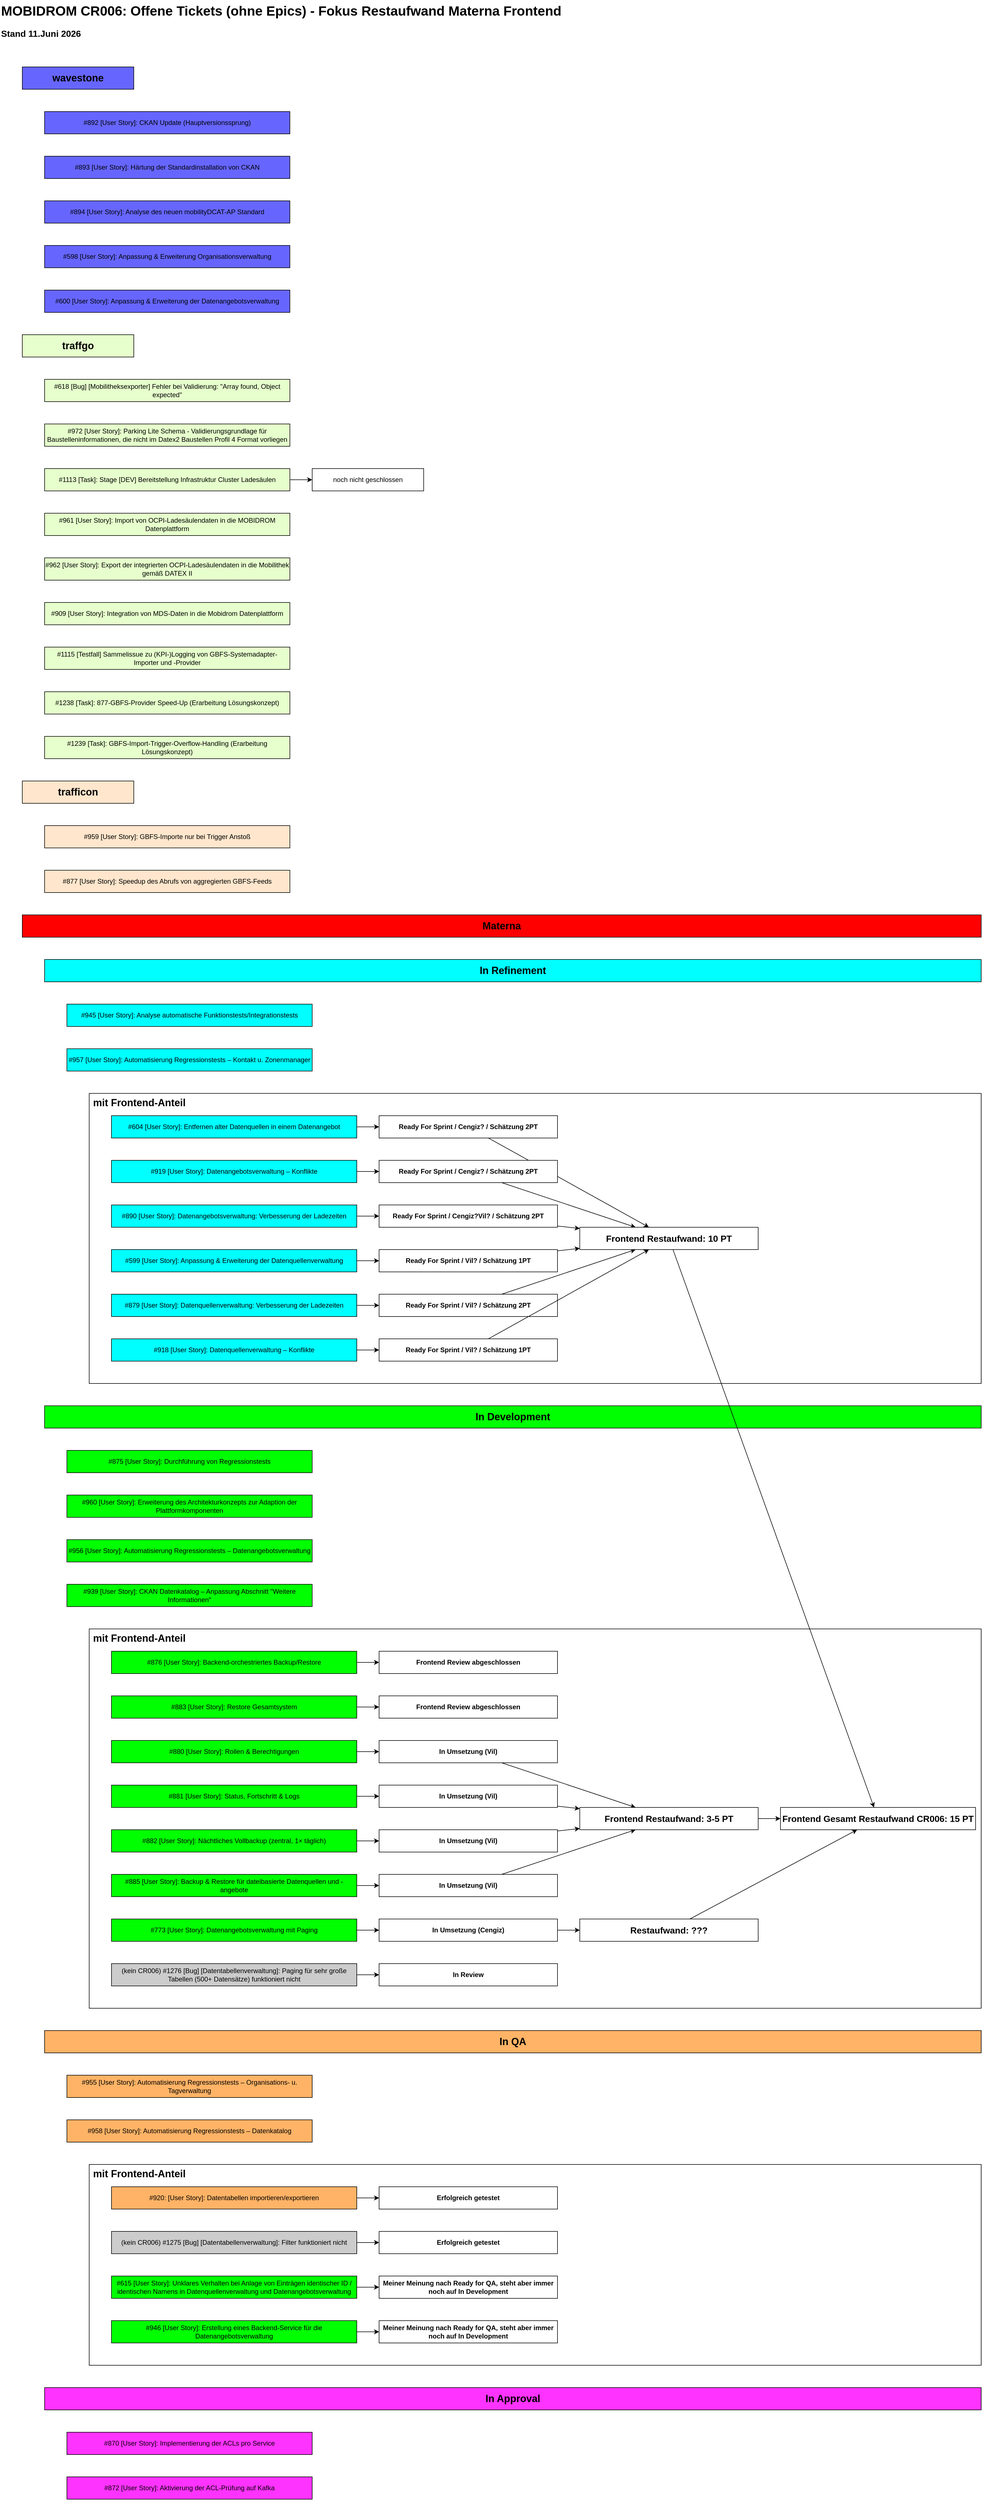
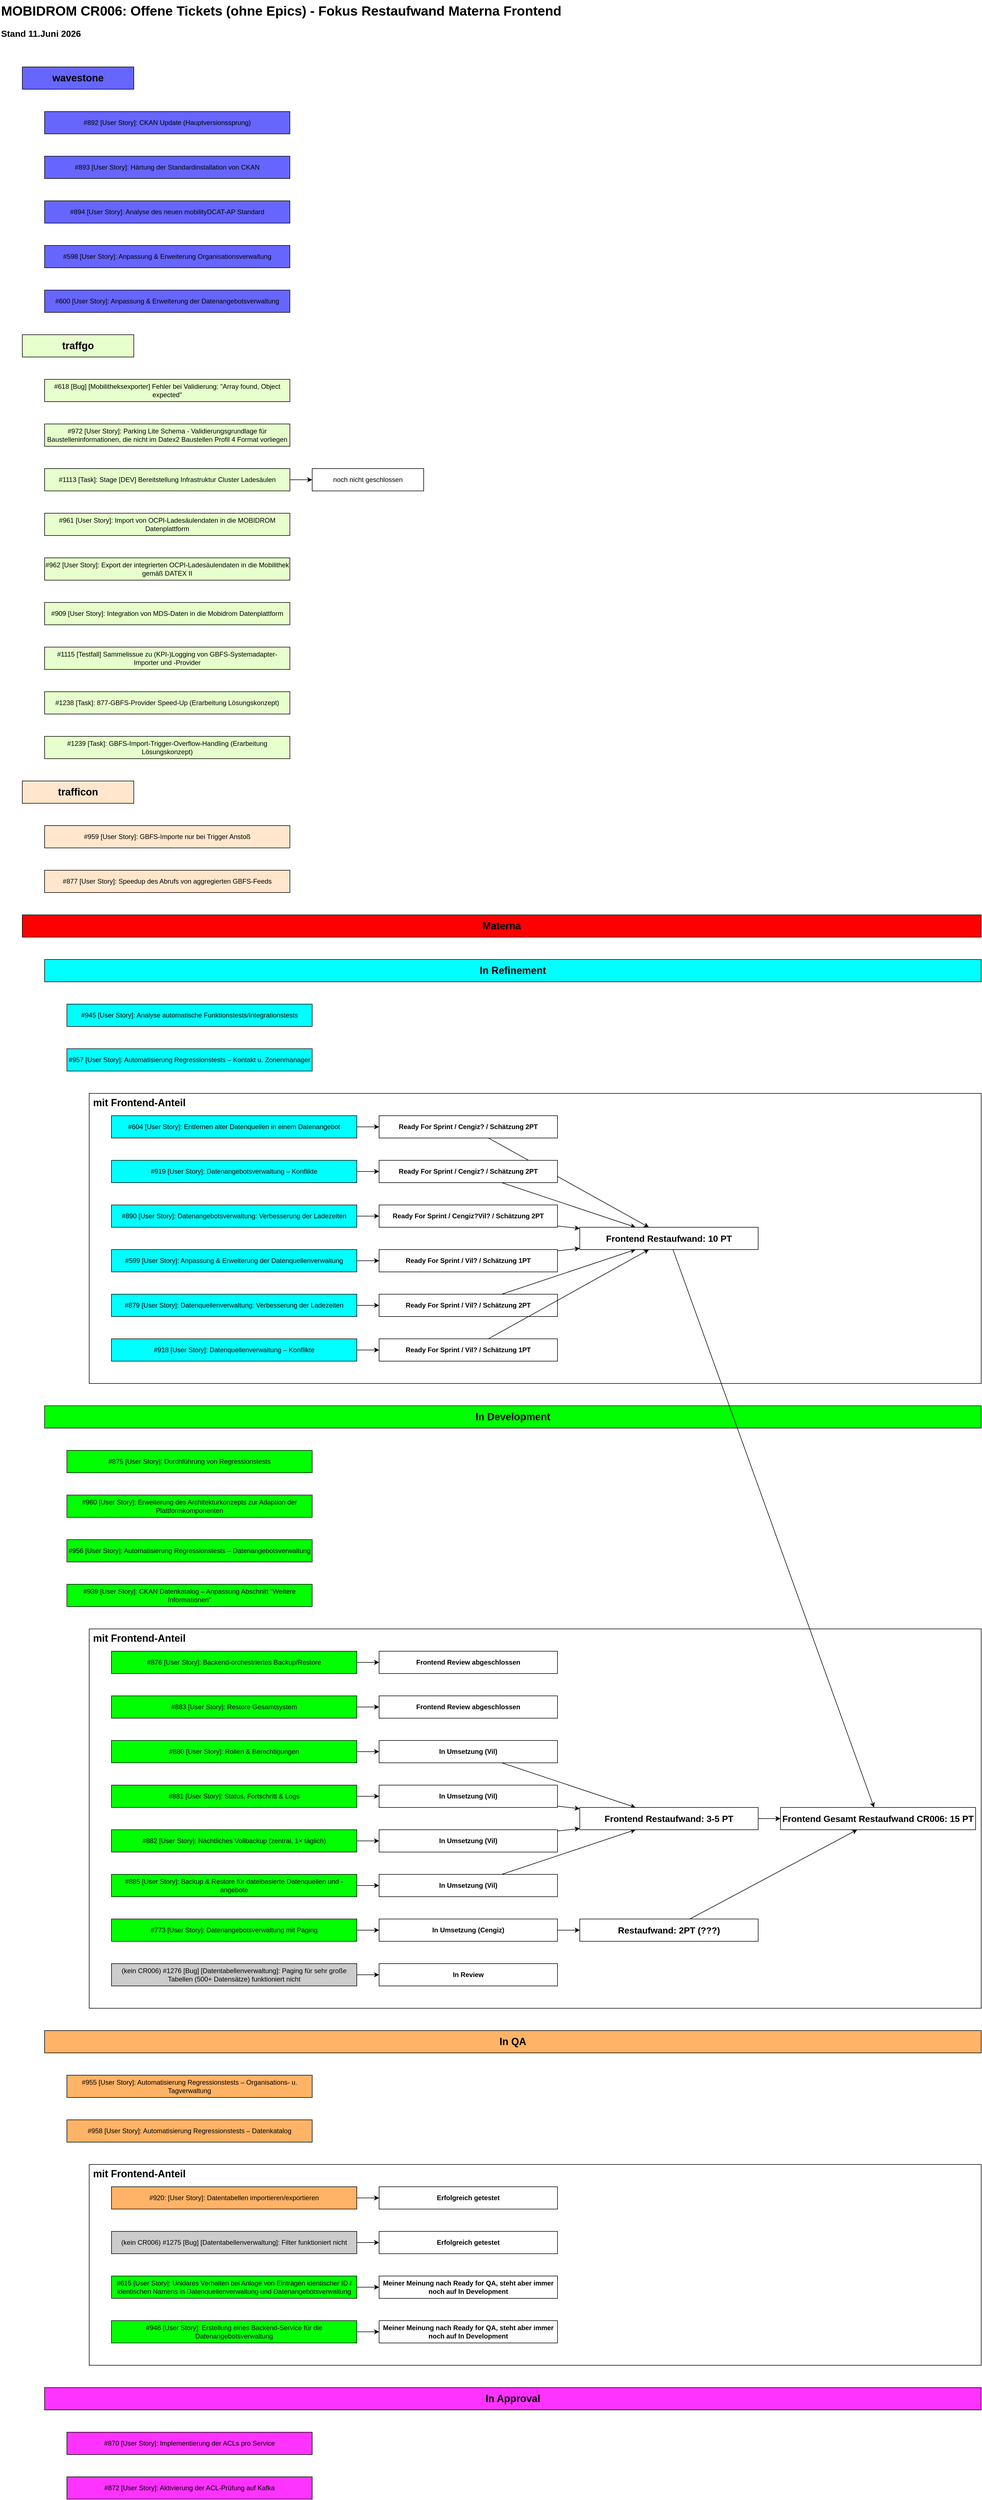
<mxfile host="app.diagrams.net">
  <diagram name="Page-1" id="0BLjgJdESMF3buwbVgl_">
    <mxGraphModel dx="506" dy="297" grid="1" gridSize="10" guides="1" tooltips="1" connect="1" arrows="1" fold="1" page="1" pageScale="1" pageWidth="850" pageHeight="1100" math="0" shadow="0">
      <root>
        <mxCell id="0" />
        <mxCell id="1" parent="0" />
        <mxCell id="KAzs0ncSA1o2T3-7AXRQ-69" parent="1" style="rounded=0;whiteSpace=wrap;html=1;fontColor=#000000;fillColor=#FFFFFF;fontStyle=1;fontSize=18;align=left;verticalAlign=top;" value="&amp;nbsp;mit Frontend-Anteil" vertex="1">
          <mxGeometry height="360" width="1600" x="200" y="3920" as="geometry" />
        </mxCell>
        <mxCell id="KAzs0ncSA1o2T3-7AXRQ-68" parent="1" style="rounded=0;whiteSpace=wrap;html=1;fontColor=#000000;fillColor=#FFFFFF;fontStyle=1;fontSize=18;align=left;verticalAlign=top;" value="&amp;nbsp;mit Frontend-Anteil" vertex="1">
          <mxGeometry height="680" width="1600" x="200" y="2960" as="geometry" />
        </mxCell>
        <mxCell id="KAzs0ncSA1o2T3-7AXRQ-67" parent="1" style="rounded=0;whiteSpace=wrap;html=1;fontColor=#000000;fillColor=#FFFFFF;fontStyle=1;verticalAlign=top;align=left;fontSize=18;" value="&amp;nbsp;mit Frontend-Anteil" vertex="1">
          <mxGeometry height="520" width="1600" x="200" y="2000" as="geometry" />
        </mxCell>
        <mxCell id="KAzs0ncSA1o2T3-7AXRQ-1" parent="1" style="rounded=0;whiteSpace=wrap;html=1;strokeColor=none;fontSize=24;fontStyle=1;align=left;" value="MOBIDROM CR006: Offene Tickets (ohne Epics) - Fokus Restaufwand Materna Frontend" vertex="1">
          <mxGeometry height="40" width="1030" x="40" y="40" as="geometry" />
        </mxCell>
        <mxCell id="KAzs0ncSA1o2T3-7AXRQ-2" parent="1" style="rounded=0;whiteSpace=wrap;html=1;strokeColor=none;fontSize=16;fontStyle=1;align=left;" value="&lt;div&gt;Stand 11.Juni 2026&lt;/div&gt;" vertex="1">
          <mxGeometry height="40" width="160" x="40" y="80" as="geometry" />
        </mxCell>
        <mxCell id="KAzs0ncSA1o2T3-7AXRQ-77" edge="1" parent="1" source="KAzs0ncSA1o2T3-7AXRQ-3" style="edgeStyle=none;rounded=0;orthogonalLoop=1;jettySize=auto;html=1;" target="KAzs0ncSA1o2T3-7AXRQ-76" value="">
          <mxGeometry relative="1" as="geometry" />
        </mxCell>
        <mxCell id="KAzs0ncSA1o2T3-7AXRQ-3" parent="1" style="rounded=0;whiteSpace=wrap;html=1;fillColor=#FFB366;" value="#920: [User Story]: Datentabellen importieren/exportieren" vertex="1">
          <mxGeometry height="40" width="440" x="240" y="3960" as="geometry" />
        </mxCell>
        <mxCell id="KAzs0ncSA1o2T3-7AXRQ-4" parent="1" style="rounded=0;whiteSpace=wrap;html=1;fontColor=#000000;fillColor=#FFB366;fontStyle=1;fontSize=18;" value="In QA" vertex="1">
          <mxGeometry height="40" width="1680" x="120" y="3680" as="geometry" />
        </mxCell>
        <mxCell id="KAzs0ncSA1o2T3-7AXRQ-5" parent="1" style="rounded=0;whiteSpace=wrap;html=1;fillColor=#6666FF;" value="#892&amp;nbsp;[User Story]: CKAN Update (Hauptversionssprung)" vertex="1">
          <mxGeometry height="40" width="440" x="120" y="240" as="geometry" />
        </mxCell>
        <mxCell id="KAzs0ncSA1o2T3-7AXRQ-6" parent="1" style="rounded=0;whiteSpace=wrap;html=1;fontColor=#000000;fillColor=#6666FF;fontStyle=1;fontSize=18;" value="wavestone" vertex="1">
          <mxGeometry height="40" width="200" x="80" y="160" as="geometry" />
        </mxCell>
        <mxCell id="KAzs0ncSA1o2T3-7AXRQ-7" parent="1" style="rounded=0;whiteSpace=wrap;html=1;fillColor=#FF33FF;" value="#870&amp;nbsp;[User Story]: Implementierung der ACLs pro Service" vertex="1">
          <mxGeometry height="40" width="440" x="160" y="4400" as="geometry" />
        </mxCell>
        <mxCell id="KAzs0ncSA1o2T3-7AXRQ-8" parent="1" style="rounded=0;whiteSpace=wrap;html=1;fillColor=#FF33FF;" value="#872&amp;nbsp;[User Story]: Aktivierung der ACL-Prüfung auf Kafka" vertex="1">
          <mxGeometry height="40" width="440" x="160" y="4480" as="geometry" />
        </mxCell>
        <mxCell id="KAzs0ncSA1o2T3-7AXRQ-9" parent="1" style="rounded=0;whiteSpace=wrap;html=1;fontColor=#000000;fillColor=#FF33FF;fontStyle=1;fontSize=18;" value="In Approval" vertex="1">
          <mxGeometry height="40" width="1680" x="120" y="4320" as="geometry" />
        </mxCell>
        <mxCell id="KAzs0ncSA1o2T3-7AXRQ-10" parent="1" style="rounded=0;whiteSpace=wrap;html=1;fillColor=#6666FF;" value="#893&amp;nbsp;[User Story]: Härtung der Standardinstallation von CKAN" vertex="1">
          <mxGeometry height="40" width="440" x="120" y="320" as="geometry" />
        </mxCell>
        <mxCell id="KAzs0ncSA1o2T3-7AXRQ-11" parent="1" style="rounded=0;whiteSpace=wrap;html=1;fillColor=#6666FF;" value="#894&amp;nbsp;[User Story]: Analyse des neuen mobilityDCAT-AP Standard" vertex="1">
          <mxGeometry height="40" width="440" x="120" y="400" as="geometry" />
        </mxCell>
        <mxCell id="KAzs0ncSA1o2T3-7AXRQ-12" parent="1" style="rounded=0;whiteSpace=wrap;html=1;fillColor=#E6FFCC;" value="#618&amp;nbsp;[Bug] [Mobilitheksexporter] Fehler bei Validierung: &quot;Array found, Object expected&quot;" vertex="1">
          <mxGeometry height="40" width="440" x="120" y="720" as="geometry" />
        </mxCell>
        <mxCell id="KAzs0ncSA1o2T3-7AXRQ-13" parent="1" style="rounded=0;whiteSpace=wrap;html=1;fontColor=#000000;fillColor=#E6FFCC;fontStyle=1;fontSize=18;" value="&lt;div&gt;traffgo&lt;/div&gt;" vertex="1">
          <mxGeometry height="40" width="200" x="80" y="640" as="geometry" />
        </mxCell>
        <mxCell id="KAzs0ncSA1o2T3-7AXRQ-14" parent="1" style="rounded=0;whiteSpace=wrap;html=1;fontColor=#000000;fillColor=#FFE6CC;fontStyle=1;fontSize=18;" value="&lt;div&gt;trafficon&lt;/div&gt;" vertex="1">
          <mxGeometry height="40" width="200" x="80" y="1440" as="geometry" />
        </mxCell>
        <mxCell id="KAzs0ncSA1o2T3-7AXRQ-15" parent="1" style="rounded=0;whiteSpace=wrap;html=1;fillColor=#FFE6CC;" value="#959&amp;nbsp;[User Story]: GBFS-Importe nur bei Trigger Anstoß" vertex="1">
          <mxGeometry height="40" width="440" x="120" y="1520" as="geometry" />
        </mxCell>
        <mxCell id="KAzs0ncSA1o2T3-7AXRQ-75" edge="1" parent="1" source="KAzs0ncSA1o2T3-7AXRQ-16" style="edgeStyle=none;rounded=0;orthogonalLoop=1;jettySize=auto;html=1;" target="KAzs0ncSA1o2T3-7AXRQ-74" value="">
          <mxGeometry relative="1" as="geometry" />
        </mxCell>
        <mxCell id="KAzs0ncSA1o2T3-7AXRQ-16" parent="1" style="rounded=0;whiteSpace=wrap;html=1;fillColor=#00FF00;" value="#615&amp;nbsp;[User Story]: Unklares Verhalten bei Anlage von Einträgen identischer ID / identischen Namens in Datenquellenverwaltung und Datenangebotsverwaltung" vertex="1">
          <mxGeometry height="40" width="440" x="240" y="4120" as="geometry" />
        </mxCell>
        <mxCell id="KAzs0ncSA1o2T3-7AXRQ-17" parent="1" style="rounded=0;whiteSpace=wrap;html=1;fontColor=#000000;fillColor=#00FF00;fontStyle=1;fontSize=18;" value="In Development" vertex="1">
          <mxGeometry height="40" width="1680" x="120" y="2560" as="geometry" />
        </mxCell>
        <mxCell id="KAzs0ncSA1o2T3-7AXRQ-83" edge="1" parent="1" source="KAzs0ncSA1o2T3-7AXRQ-18" style="edgeStyle=none;rounded=0;orthogonalLoop=1;jettySize=auto;html=1;" target="KAzs0ncSA1o2T3-7AXRQ-82" value="">
          <mxGeometry relative="1" as="geometry" />
        </mxCell>
        <mxCell id="KAzs0ncSA1o2T3-7AXRQ-18" parent="1" style="rounded=0;whiteSpace=wrap;html=1;fillColor=#00FF00;" value="#773&amp;nbsp;[User Story]: Datenangebotsverwaltung mit Paging" vertex="1">
          <mxGeometry height="40" width="440" x="240" y="3480" as="geometry" />
        </mxCell>
        <mxCell id="KAzs0ncSA1o2T3-7AXRQ-19" parent="1" style="rounded=0;whiteSpace=wrap;html=1;fillColor=#00FF00;" value="#875&amp;nbsp;[User Story]: Durchführung von Regressionstests" vertex="1">
          <mxGeometry height="40" width="440" x="160" y="2640" as="geometry" />
        </mxCell>
        <mxCell id="KAzs0ncSA1o2T3-7AXRQ-81" edge="1" parent="1" source="KAzs0ncSA1o2T3-7AXRQ-20" style="edgeStyle=none;rounded=0;orthogonalLoop=1;jettySize=auto;html=1;" target="KAzs0ncSA1o2T3-7AXRQ-80" value="">
          <mxGeometry relative="1" as="geometry" />
        </mxCell>
        <mxCell id="KAzs0ncSA1o2T3-7AXRQ-20" parent="1" style="rounded=0;whiteSpace=wrap;html=1;fillColor=#00FF00;" value="#876&amp;nbsp;[User Story]: Backend-orchestriertes Backup/Restore" vertex="1">
          <mxGeometry height="40" width="440" x="240" y="3000" as="geometry" />
        </mxCell>
        <mxCell id="KAzs0ncSA1o2T3-7AXRQ-21" parent="1" style="rounded=0;whiteSpace=wrap;html=1;fillColor=#FFE6CC;" value="#877&amp;nbsp;[User Story]: Speedup des Abrufs von aggregierten GBFS-Feeds" vertex="1">
          <mxGeometry height="40" width="440" x="120" y="1600" as="geometry" />
        </mxCell>
        <mxCell id="KAzs0ncSA1o2T3-7AXRQ-87" edge="1" parent="1" source="KAzs0ncSA1o2T3-7AXRQ-22" style="edgeStyle=none;rounded=0;orthogonalLoop=1;jettySize=auto;html=1;" target="KAzs0ncSA1o2T3-7AXRQ-86" value="">
          <mxGeometry relative="1" as="geometry" />
        </mxCell>
        <mxCell id="KAzs0ncSA1o2T3-7AXRQ-22" parent="1" style="rounded=0;whiteSpace=wrap;html=1;fillColor=#00FF00;" value="#880&amp;nbsp;[User Story]: Rollen &amp;amp; Berechtigungen" vertex="1">
          <mxGeometry height="40" width="440" x="240" y="3160" as="geometry" />
        </mxCell>
        <mxCell id="KAzs0ncSA1o2T3-7AXRQ-89" edge="1" parent="1" source="KAzs0ncSA1o2T3-7AXRQ-23" style="edgeStyle=none;rounded=0;orthogonalLoop=1;jettySize=auto;html=1;" target="KAzs0ncSA1o2T3-7AXRQ-88" value="">
          <mxGeometry relative="1" as="geometry" />
        </mxCell>
        <mxCell id="KAzs0ncSA1o2T3-7AXRQ-23" parent="1" style="rounded=0;whiteSpace=wrap;html=1;fillColor=#00FF00;" value="#881&amp;nbsp;[User Story]: Status, Fortschritt &amp;amp; Logs" vertex="1">
          <mxGeometry height="40" width="440" x="240" y="3240" as="geometry" />
        </mxCell>
        <mxCell id="KAzs0ncSA1o2T3-7AXRQ-93" edge="1" parent="1" source="KAzs0ncSA1o2T3-7AXRQ-24" style="edgeStyle=none;rounded=0;orthogonalLoop=1;jettySize=auto;html=1;" target="KAzs0ncSA1o2T3-7AXRQ-92" value="">
          <mxGeometry relative="1" as="geometry" />
        </mxCell>
        <mxCell id="KAzs0ncSA1o2T3-7AXRQ-24" parent="1" style="rounded=0;whiteSpace=wrap;html=1;fillColor=#00FF00;" value="#885&amp;nbsp;[User Story]: Backup &amp;amp; Restore für dateibasierte Datenquellen und -angebote" vertex="1">
          <mxGeometry height="40" width="440" x="240" y="3400" as="geometry" />
        </mxCell>
        <mxCell id="KAzs0ncSA1o2T3-7AXRQ-112" edge="1" parent="1" source="KAzs0ncSA1o2T3-7AXRQ-25" style="edgeStyle=none;rounded=0;orthogonalLoop=1;jettySize=auto;html=1;" target="KAzs0ncSA1o2T3-7AXRQ-111" value="">
          <mxGeometry relative="1" as="geometry" />
        </mxCell>
        <mxCell id="KAzs0ncSA1o2T3-7AXRQ-25" parent="1" style="rounded=0;whiteSpace=wrap;html=1;fillColor=#00FFFF;" value="#918&amp;nbsp;[User Story]: Datenquellenverwaltung – Konflikte" vertex="1">
          <mxGeometry height="40" width="440" x="240" y="2440" as="geometry" />
        </mxCell>
        <mxCell id="KAzs0ncSA1o2T3-7AXRQ-104" edge="1" parent="1" source="KAzs0ncSA1o2T3-7AXRQ-26" style="edgeStyle=none;rounded=0;orthogonalLoop=1;jettySize=auto;html=1;" target="KAzs0ncSA1o2T3-7AXRQ-103" value="">
          <mxGeometry relative="1" as="geometry" />
        </mxCell>
        <mxCell id="KAzs0ncSA1o2T3-7AXRQ-26" parent="1" style="rounded=0;whiteSpace=wrap;html=1;fillColor=#00FFFF;" value="#919&amp;nbsp;[User Story]: Datenangebotsverwaltung – Konflikte" vertex="1">
          <mxGeometry height="40" width="440" x="240" y="2120" as="geometry" />
        </mxCell>
        <mxCell id="KAzs0ncSA1o2T3-7AXRQ-27" parent="1" style="rounded=0;whiteSpace=wrap;html=1;fillColor=#FFB366;" value="#955&amp;nbsp;[User Story]: Automatisierung Regressionstests – Organisations- u. Tagverwaltung" vertex="1">
          <mxGeometry height="40" width="440" x="160" y="3760" as="geometry" />
        </mxCell>
        <mxCell id="KAzs0ncSA1o2T3-7AXRQ-28" parent="1" style="rounded=0;whiteSpace=wrap;html=1;fontColor=#000000;fillColor=#00FFFF;fontStyle=1;fontSize=18;" value="In Refinement" vertex="1">
          <mxGeometry height="40" width="1680" x="120" y="1760" as="geometry" />
        </mxCell>
        <mxCell id="KAzs0ncSA1o2T3-7AXRQ-29" parent="1" style="rounded=0;whiteSpace=wrap;html=1;fillColor=#00FF00;" value="#960&amp;nbsp;[User Story]: Erweiterung des Architekturkonzepts zur Adaption der Plattformkomponenten" vertex="1">
          <mxGeometry height="40" width="440" x="160" y="2720" as="geometry" />
        </mxCell>
        <mxCell id="KAzs0ncSA1o2T3-7AXRQ-30" parent="1" style="rounded=0;whiteSpace=wrap;html=1;fillColor=#6666FF;" value="#598&amp;nbsp;[User Story]: Anpassung &amp;amp; Erweiterung Organisationsverwaltung" vertex="1">
          <mxGeometry height="40" width="440" x="120" y="480" as="geometry" />
        </mxCell>
        <mxCell id="KAzs0ncSA1o2T3-7AXRQ-108" edge="1" parent="1" source="KAzs0ncSA1o2T3-7AXRQ-31" style="edgeStyle=none;rounded=0;orthogonalLoop=1;jettySize=auto;html=1;" target="KAzs0ncSA1o2T3-7AXRQ-107" value="">
          <mxGeometry relative="1" as="geometry" />
        </mxCell>
        <mxCell id="KAzs0ncSA1o2T3-7AXRQ-31" parent="1" style="rounded=0;whiteSpace=wrap;html=1;fillColor=#00FFFF;" value="#599&amp;nbsp;[User Story]: Anpassung &amp;amp; Erweiterung der Datenquellenverwaltung" vertex="1">
          <mxGeometry height="40" width="440" x="240" y="2280" as="geometry" />
        </mxCell>
        <mxCell id="KAzs0ncSA1o2T3-7AXRQ-32" parent="1" style="rounded=0;whiteSpace=wrap;html=1;fillColor=#6666FF;" value="#600&amp;nbsp;[User Story]: Anpassung &amp;amp; Erweiterung der Datenangebotsverwaltung" vertex="1">
          <mxGeometry height="40" width="440" x="120" y="560" as="geometry" />
        </mxCell>
        <mxCell id="KAzs0ncSA1o2T3-7AXRQ-106" edge="1" parent="1" source="KAzs0ncSA1o2T3-7AXRQ-33" style="edgeStyle=none;rounded=0;orthogonalLoop=1;jettySize=auto;html=1;" target="KAzs0ncSA1o2T3-7AXRQ-105" value="">
          <mxGeometry relative="1" as="geometry" />
        </mxCell>
        <mxCell id="KAzs0ncSA1o2T3-7AXRQ-33" parent="1" style="rounded=0;whiteSpace=wrap;html=1;fillColor=#00FFFF;" value="#890&amp;nbsp;[User Story]: Datenangebotsverwaltung: Verbesserung der Ladezeiten" vertex="1">
          <mxGeometry height="40" width="440" x="240" y="2200" as="geometry" />
        </mxCell>
        <mxCell id="KAzs0ncSA1o2T3-7AXRQ-34" parent="1" style="rounded=0;whiteSpace=wrap;html=1;fillColor=#E6FFCC;" value="#972&amp;nbsp;[User Story]: Parking Lite Schema - Validierungsgrundlage für Baustelleninformationen, die nicht im Datex2 Baustellen Profil 4 Format vorliegen" vertex="1">
          <mxGeometry height="40" width="440" x="120" y="800" as="geometry" />
        </mxCell>
        <mxCell id="KAzs0ncSA1o2T3-7AXRQ-55" edge="1" parent="1" source="KAzs0ncSA1o2T3-7AXRQ-35" style="edgeStyle=orthogonalEdgeStyle;rounded=0;orthogonalLoop=1;jettySize=auto;html=1;" target="KAzs0ncSA1o2T3-7AXRQ-54" value="">
          <mxGeometry relative="1" as="geometry" />
        </mxCell>
        <mxCell id="KAzs0ncSA1o2T3-7AXRQ-35" parent="1" style="rounded=0;whiteSpace=wrap;html=1;fillColor=#E6FFCC;" value="#1113&amp;nbsp;[Task]: Stage [DEV] Bereitstellung Infrastruktur Cluster Ladesäulen" vertex="1">
          <mxGeometry height="40" width="440" x="120" y="880" as="geometry" />
        </mxCell>
        <mxCell id="KAzs0ncSA1o2T3-7AXRQ-36" parent="1" style="rounded=0;whiteSpace=wrap;html=1;fillColor=#00FF00;" value="#956&amp;nbsp;[User Story]: Automatisierung Regressionstests – Datenangebotsverwaltung" vertex="1">
          <mxGeometry height="40" width="440" x="160" y="2800" as="geometry" />
        </mxCell>
        <mxCell id="KAzs0ncSA1o2T3-7AXRQ-37" parent="1" style="rounded=0;whiteSpace=wrap;html=1;fillColor=#FFB366;" value="#958&amp;nbsp;[User Story]: Automatisierung Regressionstests – Datenkatalog" vertex="1">
          <mxGeometry height="40" width="440" x="160" y="3840" as="geometry" />
        </mxCell>
        <mxCell id="KAzs0ncSA1o2T3-7AXRQ-38" parent="1" style="rounded=0;whiteSpace=wrap;html=1;fillColor=#E6FFCC;" value="#961&amp;nbsp;[User Story]: Import von OCPI-Ladesäulendaten in die MOBIDROM Datenplattform" vertex="1">
          <mxGeometry height="40" width="440" x="120" y="960" as="geometry" />
        </mxCell>
        <mxCell id="KAzs0ncSA1o2T3-7AXRQ-39" parent="1" style="rounded=0;whiteSpace=wrap;html=1;fillColor=#E6FFCC;" value="#962&amp;nbsp;[User Story]: Export der integrierten OCPI-Ladesäulendaten in die Mobilithek gemäß DATEX II" vertex="1">
          <mxGeometry height="40" width="440" x="120" y="1040" as="geometry" />
        </mxCell>
        <mxCell id="KAzs0ncSA1o2T3-7AXRQ-58" edge="1" parent="1" source="KAzs0ncSA1o2T3-7AXRQ-40" style="edgeStyle=none;rounded=0;orthogonalLoop=1;jettySize=auto;html=1;" target="KAzs0ncSA1o2T3-7AXRQ-41" value="">
          <mxGeometry relative="1" as="geometry" />
        </mxCell>
        <mxCell id="KAzs0ncSA1o2T3-7AXRQ-40" parent="1" style="rounded=0;whiteSpace=wrap;html=1;fillColor=#00FF00;" value="#946&amp;nbsp;[User Story]: Erstellung eines Backend-Service für die Datenangebotsverwaltung" vertex="1">
          <mxGeometry height="40" width="440" x="240" y="4200" as="geometry" />
        </mxCell>
        <mxCell id="KAzs0ncSA1o2T3-7AXRQ-41" parent="1" style="rounded=0;whiteSpace=wrap;html=1;fontStyle=1" value="Meiner Meinung nach Ready for QA, steht aber immer noch auf In Development" vertex="1">
          <mxGeometry height="40" width="320" x="720" y="4200" as="geometry" />
        </mxCell>
        <mxCell id="KAzs0ncSA1o2T3-7AXRQ-43" parent="1" style="rounded=0;whiteSpace=wrap;html=1;fillColor=#00FFFF;" value="#945&amp;nbsp;[User Story]: Analyse automatische Funktionstests/Integrationstests" vertex="1">
          <mxGeometry height="40" width="440" x="160" y="1840" as="geometry" />
        </mxCell>
        <mxCell id="KAzs0ncSA1o2T3-7AXRQ-44" parent="1" style="rounded=0;whiteSpace=wrap;html=1;fillColor=#E6FFCC;" value="#909&amp;nbsp;[User Story]: Integration von MDS-Daten in die Mobidrom Datenplattform" vertex="1">
          <mxGeometry height="40" width="440" x="120" y="1120" as="geometry" />
        </mxCell>
        <mxCell id="KAzs0ncSA1o2T3-7AXRQ-45" parent="1" style="rounded=0;whiteSpace=wrap;html=1;fillColor=#00FF00;" value="#939&amp;nbsp;[User Story]: CKAN Datenkatalog – Anpassung Abschnitt &quot;Weitere Informationen&quot;" vertex="1">
          <mxGeometry height="40" width="440" x="160" y="2880" as="geometry" />
        </mxCell>
        <mxCell id="KAzs0ncSA1o2T3-7AXRQ-102" edge="1" parent="1" source="KAzs0ncSA1o2T3-7AXRQ-46" style="edgeStyle=none;rounded=0;orthogonalLoop=1;jettySize=auto;html=1;" target="KAzs0ncSA1o2T3-7AXRQ-101" value="">
          <mxGeometry relative="1" as="geometry" />
        </mxCell>
        <mxCell id="KAzs0ncSA1o2T3-7AXRQ-46" parent="1" style="rounded=0;whiteSpace=wrap;html=1;fillColor=#00FFFF;" value="#604&amp;nbsp;[User Story]: Entfernen alter Datenquellen in einem Datenangebot" vertex="1">
          <mxGeometry height="40" width="440" x="240" y="2040" as="geometry" />
        </mxCell>
        <mxCell id="KAzs0ncSA1o2T3-7AXRQ-110" edge="1" parent="1" source="KAzs0ncSA1o2T3-7AXRQ-47" style="edgeStyle=none;rounded=0;orthogonalLoop=1;jettySize=auto;html=1;" target="KAzs0ncSA1o2T3-7AXRQ-109" value="">
          <mxGeometry relative="1" as="geometry" />
        </mxCell>
        <mxCell id="KAzs0ncSA1o2T3-7AXRQ-47" parent="1" style="rounded=0;whiteSpace=wrap;html=1;fillColor=#00FFFF;" value="#879&amp;nbsp;[User Story]: Datenquellenverwaltung: Verbesserung der Ladezeiten" vertex="1">
          <mxGeometry height="40" width="440" x="240" y="2360" as="geometry" />
        </mxCell>
        <mxCell id="KAzs0ncSA1o2T3-7AXRQ-91" edge="1" parent="1" source="KAzs0ncSA1o2T3-7AXRQ-48" style="edgeStyle=none;rounded=0;orthogonalLoop=1;jettySize=auto;html=1;" target="KAzs0ncSA1o2T3-7AXRQ-90" value="">
          <mxGeometry relative="1" as="geometry" />
        </mxCell>
        <mxCell id="KAzs0ncSA1o2T3-7AXRQ-48" parent="1" style="rounded=0;whiteSpace=wrap;html=1;fillColor=#00FF00;" value="#882&amp;nbsp;[User Story]: Nächtliches Vollbackup (zentral, 1× täglich)" vertex="1">
          <mxGeometry height="40" width="440" x="240" y="3320" as="geometry" />
        </mxCell>
        <mxCell id="KAzs0ncSA1o2T3-7AXRQ-85" edge="1" parent="1" source="KAzs0ncSA1o2T3-7AXRQ-49" style="edgeStyle=none;rounded=0;orthogonalLoop=1;jettySize=auto;html=1;" target="KAzs0ncSA1o2T3-7AXRQ-84" value="">
          <mxGeometry relative="1" as="geometry" />
        </mxCell>
        <mxCell id="KAzs0ncSA1o2T3-7AXRQ-49" parent="1" style="rounded=0;whiteSpace=wrap;html=1;fillColor=#00FF00;" value="#883&amp;nbsp;[User Story]: Restore Gesamtsystem" vertex="1">
          <mxGeometry height="40" width="440" x="240" y="3080" as="geometry" />
        </mxCell>
        <mxCell id="KAzs0ncSA1o2T3-7AXRQ-50" parent="1" style="rounded=0;whiteSpace=wrap;html=1;fillColor=#00FFFF;" value="#957&amp;nbsp;[User Story]: Automatisierung Regressionstests – Kontakt u. Zonenmanager" vertex="1">
          <mxGeometry height="40" width="440" x="160" y="1920" as="geometry" />
        </mxCell>
        <mxCell id="KAzs0ncSA1o2T3-7AXRQ-51" parent="1" style="rounded=0;whiteSpace=wrap;html=1;fillColor=#E6FFCC;" value="#1115&amp;nbsp;[Testfall] Sammelissue zu (KPI-)Logging von GBFS-Systemadapter-Importer und -Provider" vertex="1">
          <mxGeometry height="40" width="440" x="120" y="1200" as="geometry" />
        </mxCell>
        <mxCell id="KAzs0ncSA1o2T3-7AXRQ-52" parent="1" style="rounded=0;whiteSpace=wrap;html=1;fillColor=#E6FFCC;" value="#1238&amp;nbsp;[Task]: 877-GBFS-Provider Speed-Up (Erarbeitung Lösungskonzept)" vertex="1">
          <mxGeometry height="40" width="440" x="120" y="1280" as="geometry" />
        </mxCell>
        <mxCell id="KAzs0ncSA1o2T3-7AXRQ-53" parent="1" style="rounded=0;whiteSpace=wrap;html=1;fillColor=#E6FFCC;" value="#1239&amp;nbsp;[Task]: GBFS-Import-Trigger-Overflow-Handling (Erarbeitung Lösungskonzept)" vertex="1">
          <mxGeometry height="40" width="440" x="120" y="1360" as="geometry" />
        </mxCell>
        <mxCell id="KAzs0ncSA1o2T3-7AXRQ-54" parent="1" style="rounded=0;whiteSpace=wrap;html=1;" value="noch nicht geschlossen" vertex="1">
          <mxGeometry height="40" width="200" x="600" y="880" as="geometry" />
        </mxCell>
        <mxCell id="KAzs0ncSA1o2T3-7AXRQ-56" parent="1" style="rounded=0;whiteSpace=wrap;html=1;fontColor=#000000;fillColor=#FF0000;fontStyle=1;fontSize=18;" value="Materna" vertex="1">
          <mxGeometry height="40" width="1720" x="80" y="1680" as="geometry" />
        </mxCell>
        <mxCell id="KAzs0ncSA1o2T3-7AXRQ-62" edge="1" parent="1" source="KAzs0ncSA1o2T3-7AXRQ-16" style="edgeStyle=none;rounded=0;orthogonalLoop=1;jettySize=auto;html=1;exitX=0.75;exitY=0;exitDx=0;exitDy=0;" target="KAzs0ncSA1o2T3-7AXRQ-16">
          <mxGeometry relative="1" as="geometry" />
        </mxCell>
        <mxCell id="KAzs0ncSA1o2T3-7AXRQ-66" edge="1" parent="1" source="KAzs0ncSA1o2T3-7AXRQ-41" style="edgeStyle=none;rounded=0;orthogonalLoop=1;jettySize=auto;html=1;exitX=0.5;exitY=1;exitDx=0;exitDy=0;" target="KAzs0ncSA1o2T3-7AXRQ-41">
          <mxGeometry relative="1" as="geometry" />
        </mxCell>
        <mxCell id="KAzs0ncSA1o2T3-7AXRQ-79" edge="1" parent="1" source="KAzs0ncSA1o2T3-7AXRQ-70" style="edgeStyle=none;rounded=0;orthogonalLoop=1;jettySize=auto;html=1;" target="KAzs0ncSA1o2T3-7AXRQ-78" value="">
          <mxGeometry relative="1" as="geometry" />
        </mxCell>
        <mxCell id="KAzs0ncSA1o2T3-7AXRQ-70" parent="1" style="rounded=0;whiteSpace=wrap;html=1;fillColor=#CCCCCC;" value="(kein CR006) #1276&amp;nbsp;[Bug] [Datentabellenverwaltung]: Paging für sehr große Tabellen (500+ Datensätze) funktioniert nicht" vertex="1">
          <mxGeometry height="40" width="440" x="240" y="3560" as="geometry" />
        </mxCell>
        <mxCell id="KAzs0ncSA1o2T3-7AXRQ-73" edge="1" parent="1" source="KAzs0ncSA1o2T3-7AXRQ-71" style="edgeStyle=none;rounded=0;orthogonalLoop=1;jettySize=auto;html=1;" target="KAzs0ncSA1o2T3-7AXRQ-72" value="">
          <mxGeometry relative="1" as="geometry" />
        </mxCell>
        <mxCell id="KAzs0ncSA1o2T3-7AXRQ-71" parent="1" style="rounded=0;whiteSpace=wrap;html=1;fillColor=#CCCCCC;" value="(kein CR006) #1275&amp;nbsp;[Bug] [Datentabellenverwaltung]: Filter funktioniert nicht" vertex="1">
          <mxGeometry height="40" width="440" x="240" y="4040" as="geometry" />
        </mxCell>
        <mxCell id="KAzs0ncSA1o2T3-7AXRQ-72" parent="1" style="rounded=0;whiteSpace=wrap;html=1;fontStyle=1" value="Erfolgreich getestet" vertex="1">
          <mxGeometry height="40" width="320" x="720" y="4040" as="geometry" />
        </mxCell>
        <mxCell id="KAzs0ncSA1o2T3-7AXRQ-74" parent="1" style="rounded=0;whiteSpace=wrap;html=1;fontStyle=1" value="Meiner Meinung nach Ready for QA, steht aber immer noch auf In Development" vertex="1">
          <mxGeometry height="40" width="320" x="720" y="4120" as="geometry" />
        </mxCell>
        <mxCell id="KAzs0ncSA1o2T3-7AXRQ-76" parent="1" style="rounded=0;whiteSpace=wrap;html=1;fontStyle=1" value="Erfolgreich getestet" vertex="1">
          <mxGeometry height="40" width="320" x="720" y="3960" as="geometry" />
        </mxCell>
        <mxCell id="KAzs0ncSA1o2T3-7AXRQ-78" parent="1" style="rounded=0;whiteSpace=wrap;html=1;fontStyle=1" value="In Review" vertex="1">
          <mxGeometry height="40" width="320" x="720" y="3560" as="geometry" />
        </mxCell>
        <mxCell id="KAzs0ncSA1o2T3-7AXRQ-80" parent="1" style="rounded=0;whiteSpace=wrap;html=1;fontStyle=1" value="Frontend Review abgeschlossen" vertex="1">
          <mxGeometry height="40" width="320" x="720" y="3000" as="geometry" />
        </mxCell>
        <mxCell id="KAzs0ncSA1o2T3-7AXRQ-100" edge="1" parent="1" source="KAzs0ncSA1o2T3-7AXRQ-82" style="edgeStyle=none;rounded=0;orthogonalLoop=1;jettySize=auto;html=1;" target="KAzs0ncSA1o2T3-7AXRQ-99" value="">
          <mxGeometry relative="1" as="geometry" />
        </mxCell>
        <mxCell id="KAzs0ncSA1o2T3-7AXRQ-82" parent="1" style="rounded=0;whiteSpace=wrap;html=1;fontStyle=1" value="In Umsetzung (Cengiz)" vertex="1">
          <mxGeometry height="40" width="320" x="720" y="3480" as="geometry" />
        </mxCell>
        <mxCell id="KAzs0ncSA1o2T3-7AXRQ-84" parent="1" style="rounded=0;whiteSpace=wrap;html=1;fontStyle=1" value="Frontend Review abgeschlossen" vertex="1">
          <mxGeometry height="40" width="320" x="720" y="3080" as="geometry" />
        </mxCell>
        <mxCell id="KAzs0ncSA1o2T3-7AXRQ-95" edge="1" parent="1" source="KAzs0ncSA1o2T3-7AXRQ-86" style="edgeStyle=none;rounded=0;orthogonalLoop=1;jettySize=auto;html=1;" target="KAzs0ncSA1o2T3-7AXRQ-94" value="">
          <mxGeometry relative="1" as="geometry" />
        </mxCell>
        <mxCell id="KAzs0ncSA1o2T3-7AXRQ-86" parent="1" style="rounded=0;whiteSpace=wrap;html=1;fontStyle=1" value="In Umsetzung (Vil)" vertex="1">
          <mxGeometry height="40" width="320" x="720" y="3160" as="geometry" />
        </mxCell>
        <mxCell id="KAzs0ncSA1o2T3-7AXRQ-96" edge="1" parent="1" source="KAzs0ncSA1o2T3-7AXRQ-88" style="edgeStyle=none;rounded=0;orthogonalLoop=1;jettySize=auto;html=1;" target="KAzs0ncSA1o2T3-7AXRQ-94" value="">
          <mxGeometry relative="1" as="geometry" />
        </mxCell>
        <mxCell id="KAzs0ncSA1o2T3-7AXRQ-88" parent="1" style="rounded=0;whiteSpace=wrap;html=1;fontStyle=1" value="In Umsetzung (Vil)" vertex="1">
          <mxGeometry height="40" width="320" x="720" y="3240" as="geometry" />
        </mxCell>
        <mxCell id="KAzs0ncSA1o2T3-7AXRQ-97" edge="1" parent="1" source="KAzs0ncSA1o2T3-7AXRQ-90" style="edgeStyle=none;rounded=0;orthogonalLoop=1;jettySize=auto;html=1;" target="KAzs0ncSA1o2T3-7AXRQ-94" value="">
          <mxGeometry relative="1" as="geometry" />
        </mxCell>
        <mxCell id="KAzs0ncSA1o2T3-7AXRQ-90" parent="1" style="rounded=0;whiteSpace=wrap;html=1;fontStyle=1" value="In Umsetzung (Vil)" vertex="1">
          <mxGeometry height="40" width="320" x="720" y="3320" as="geometry" />
        </mxCell>
        <mxCell id="KAzs0ncSA1o2T3-7AXRQ-98" edge="1" parent="1" source="KAzs0ncSA1o2T3-7AXRQ-92" style="edgeStyle=none;rounded=0;orthogonalLoop=1;jettySize=auto;html=1;" target="KAzs0ncSA1o2T3-7AXRQ-94" value="">
          <mxGeometry relative="1" as="geometry" />
        </mxCell>
        <mxCell id="KAzs0ncSA1o2T3-7AXRQ-92" parent="1" style="rounded=0;whiteSpace=wrap;html=1;fontStyle=1" value="In Umsetzung (Vil)" vertex="1">
          <mxGeometry height="40" width="320" x="720" y="3400" as="geometry" />
        </mxCell>
        <mxCell id="KAzs0ncSA1o2T3-7AXRQ-122" edge="1" parent="1" source="KAzs0ncSA1o2T3-7AXRQ-94" style="edgeStyle=none;rounded=0;orthogonalLoop=1;jettySize=auto;html=1;" target="KAzs0ncSA1o2T3-7AXRQ-120" value="">
          <mxGeometry relative="1" as="geometry" />
        </mxCell>
        <mxCell id="KAzs0ncSA1o2T3-7AXRQ-94" parent="1" style="rounded=0;whiteSpace=wrap;html=1;fontStyle=1;fontSize=16;" value="Frontend Restaufwand: 3-5 PT" vertex="1">
          <mxGeometry height="40" width="320" x="1080" y="3280" as="geometry" />
        </mxCell>
        <mxCell id="KAzs0ncSA1o2T3-7AXRQ-123" edge="1" parent="1" source="KAzs0ncSA1o2T3-7AXRQ-99" style="edgeStyle=none;rounded=0;orthogonalLoop=1;jettySize=auto;html=1;" target="KAzs0ncSA1o2T3-7AXRQ-120" value="">
          <mxGeometry relative="1" as="geometry" />
        </mxCell>
-         <mxCell id="KAzs0ncSA1o2T3-7AXRQ-99" parent="1" style="rounded=0;whiteSpace=wrap;html=1;fontStyle=1;fontSize=16;" value="Restaufwand: ???" vertex="1">
+         <mxCell id="KAzs0ncSA1o2T3-7AXRQ-99" parent="1" style="rounded=0;whiteSpace=wrap;html=1;fontStyle=1;fontSize=16;" value="Restaufwand: 2PT (???)" vertex="1">
          <mxGeometry height="40" width="320" x="1080" y="3480" as="geometry" />
        </mxCell>
        <mxCell id="KAzs0ncSA1o2T3-7AXRQ-114" edge="1" parent="1" source="KAzs0ncSA1o2T3-7AXRQ-101" style="edgeStyle=none;rounded=0;orthogonalLoop=1;jettySize=auto;html=1;" target="KAzs0ncSA1o2T3-7AXRQ-113" value="">
          <mxGeometry relative="1" as="geometry" />
        </mxCell>
        <mxCell id="KAzs0ncSA1o2T3-7AXRQ-101" parent="1" style="rounded=0;whiteSpace=wrap;html=1;fontStyle=1" value="Ready For Sprint / Cengiz? / Schätzung 2PT" vertex="1">
          <mxGeometry height="40" width="320" x="720" y="2040" as="geometry" />
        </mxCell>
        <mxCell id="KAzs0ncSA1o2T3-7AXRQ-115" edge="1" parent="1" source="KAzs0ncSA1o2T3-7AXRQ-103" style="edgeStyle=none;rounded=0;orthogonalLoop=1;jettySize=auto;html=1;" target="KAzs0ncSA1o2T3-7AXRQ-113" value="">
          <mxGeometry relative="1" as="geometry" />
        </mxCell>
        <mxCell id="KAzs0ncSA1o2T3-7AXRQ-103" parent="1" style="rounded=0;whiteSpace=wrap;html=1;fontStyle=1" value="Ready For Sprint / Cengiz? / Schätzung 2PT" vertex="1">
          <mxGeometry height="40" width="320" x="720" y="2120" as="geometry" />
        </mxCell>
        <mxCell id="KAzs0ncSA1o2T3-7AXRQ-116" edge="1" parent="1" source="KAzs0ncSA1o2T3-7AXRQ-105" style="edgeStyle=none;rounded=0;orthogonalLoop=1;jettySize=auto;html=1;" target="KAzs0ncSA1o2T3-7AXRQ-113" value="">
          <mxGeometry relative="1" as="geometry" />
        </mxCell>
        <mxCell id="KAzs0ncSA1o2T3-7AXRQ-105" parent="1" style="rounded=0;whiteSpace=wrap;html=1;fontStyle=1" value="Ready For Sprint / Cengiz?Vil? / Schätzung 2PT" vertex="1">
          <mxGeometry height="40" width="320" x="720" y="2200" as="geometry" />
        </mxCell>
        <mxCell id="KAzs0ncSA1o2T3-7AXRQ-117" edge="1" parent="1" source="KAzs0ncSA1o2T3-7AXRQ-107" style="edgeStyle=none;rounded=0;orthogonalLoop=1;jettySize=auto;html=1;" target="KAzs0ncSA1o2T3-7AXRQ-113" value="">
          <mxGeometry relative="1" as="geometry" />
        </mxCell>
        <mxCell id="KAzs0ncSA1o2T3-7AXRQ-107" parent="1" style="rounded=0;whiteSpace=wrap;html=1;fontStyle=1" value="Ready For Sprint / Vil? / Schätzung 1PT" vertex="1">
          <mxGeometry height="40" width="320" x="720" y="2280" as="geometry" />
        </mxCell>
        <mxCell id="KAzs0ncSA1o2T3-7AXRQ-118" edge="1" parent="1" source="KAzs0ncSA1o2T3-7AXRQ-109" style="edgeStyle=none;rounded=0;orthogonalLoop=1;jettySize=auto;html=1;" target="KAzs0ncSA1o2T3-7AXRQ-113" value="">
          <mxGeometry relative="1" as="geometry" />
        </mxCell>
        <mxCell id="KAzs0ncSA1o2T3-7AXRQ-109" parent="1" style="rounded=0;whiteSpace=wrap;html=1;fontStyle=1" value="Ready For Sprint / Vil? / Schätzung 2PT" vertex="1">
          <mxGeometry height="40" width="320" x="720" y="2360" as="geometry" />
        </mxCell>
        <mxCell id="KAzs0ncSA1o2T3-7AXRQ-119" edge="1" parent="1" source="KAzs0ncSA1o2T3-7AXRQ-111" style="edgeStyle=none;rounded=0;orthogonalLoop=1;jettySize=auto;html=1;" target="KAzs0ncSA1o2T3-7AXRQ-113" value="">
          <mxGeometry relative="1" as="geometry" />
        </mxCell>
        <mxCell id="KAzs0ncSA1o2T3-7AXRQ-111" parent="1" style="rounded=0;whiteSpace=wrap;html=1;fontStyle=1" value="Ready For Sprint / Vil? / Schätzung 1PT" vertex="1">
          <mxGeometry height="40" width="320" x="720" y="2440" as="geometry" />
        </mxCell>
        <mxCell id="KAzs0ncSA1o2T3-7AXRQ-121" edge="1" parent="1" source="KAzs0ncSA1o2T3-7AXRQ-113" style="edgeStyle=none;rounded=0;orthogonalLoop=1;jettySize=auto;html=1;" target="KAzs0ncSA1o2T3-7AXRQ-120" value="">
          <mxGeometry relative="1" as="geometry" />
        </mxCell>
        <mxCell id="KAzs0ncSA1o2T3-7AXRQ-113" parent="1" style="rounded=0;whiteSpace=wrap;html=1;fontStyle=1;fontSize=16;" value="Frontend Restaufwand: 10 PT" vertex="1">
          <mxGeometry height="40" width="320" x="1080" y="2240" as="geometry" />
        </mxCell>
        <mxCell id="KAzs0ncSA1o2T3-7AXRQ-120" parent="1" style="rounded=0;whiteSpace=wrap;html=1;fontStyle=1;fontSize=16;" value="Frontend Gesamt Restaufwand CR006: 15 PT" vertex="1">
          <mxGeometry height="40" width="350" x="1440" y="3280" as="geometry" />
        </mxCell>
      </root>
    </mxGraphModel>
  </diagram>
</mxfile>
